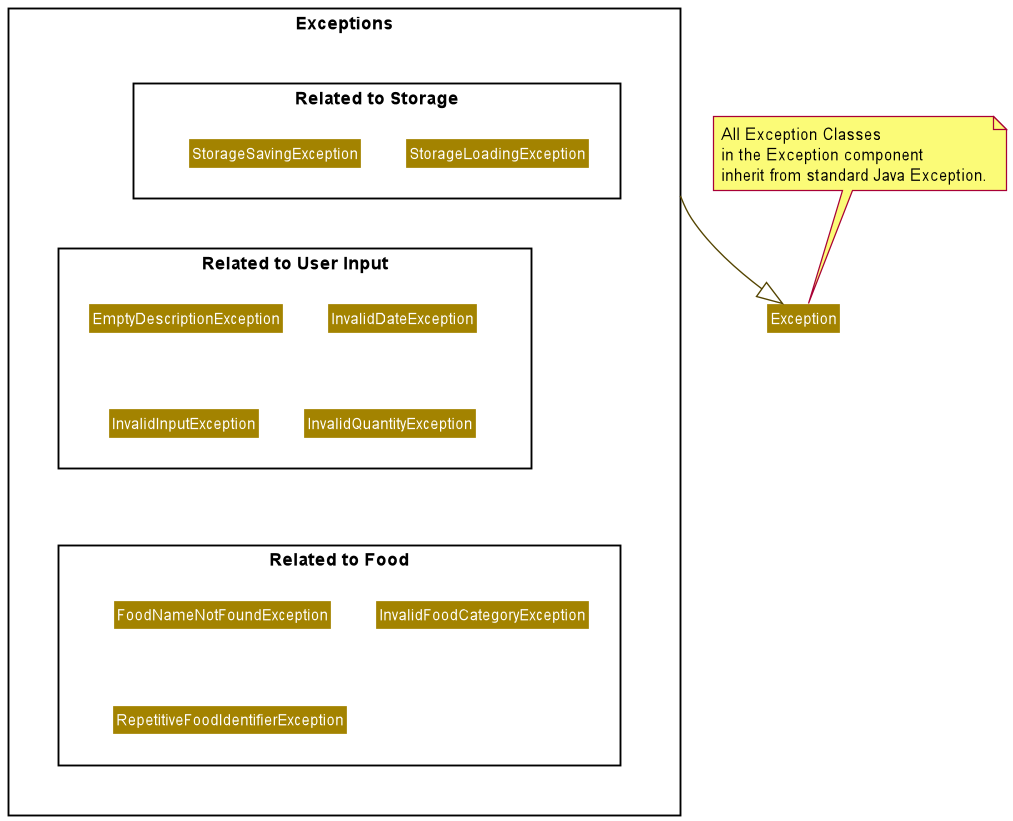
Before: docs/diagrams/diagram_images/ExceptionClassDiagram.png, a diagram exported from PlantUML (nus-cs2113-AY2021S2/tp).
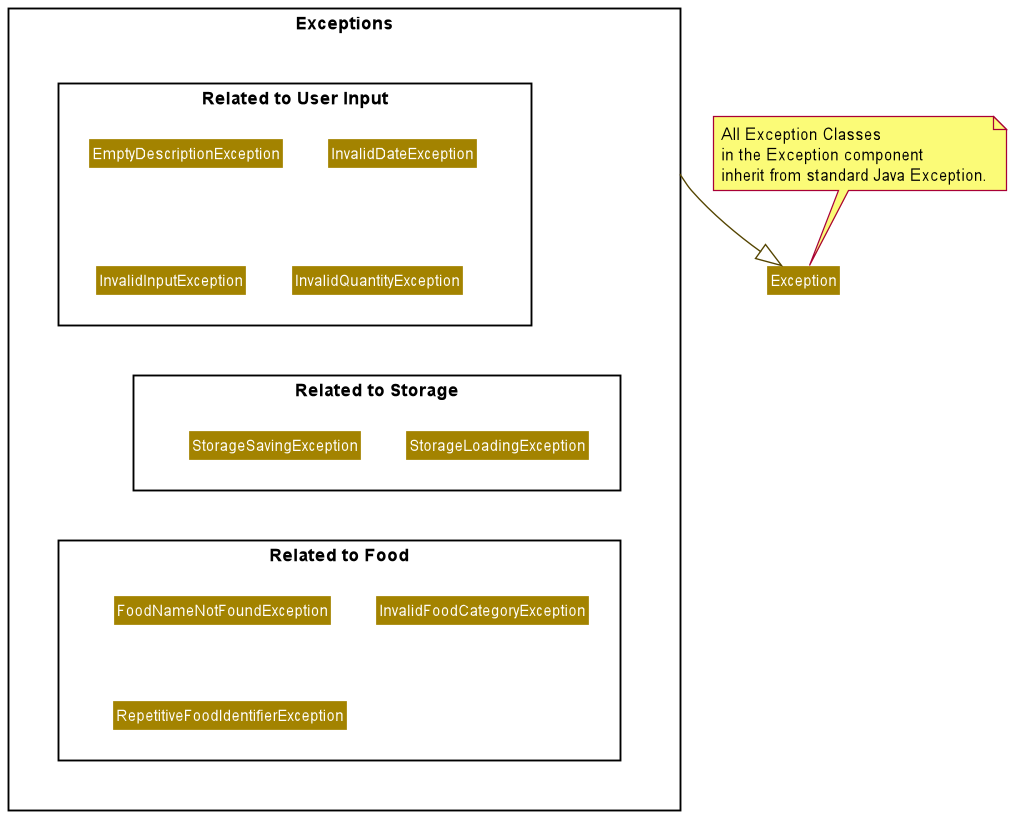
The same file after the commit.

Commit message:
Minor cosmetic improvement

Change to the diagram source:
```diff
@@ -25,8 +25,9 @@
     }
 }
 
-storage -[hidden]up-> ui
-ui -[hidden]up---> food
+ui -[hidden]down--> storage
+ui -[hidden]up> food
+storage -[hidden]up-> food
 Exceptions -down-|> Exception
 note top of Exception : All Exception Classes\nin the Exception component \ninherit from standard Java Exception.
 
```
